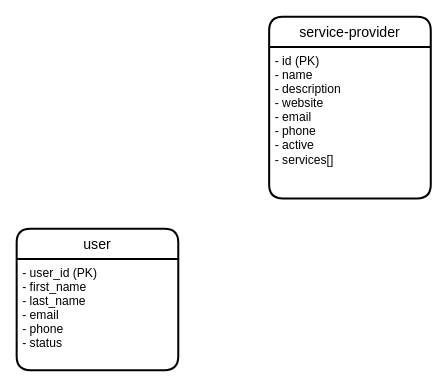
The draw.io diagram design/data_model.drawio in t3rrybb/hackathon-springboard-collaborative, before the edit. Source tidied: cells renumbered, new cells numbered last; positions are measured from the earlier drawing's top-left corner, leaving out a move shared by most shapes. Both pictures are drawn from the tidied source at 101%, with x=0, y=0 at pixel (16, 16).
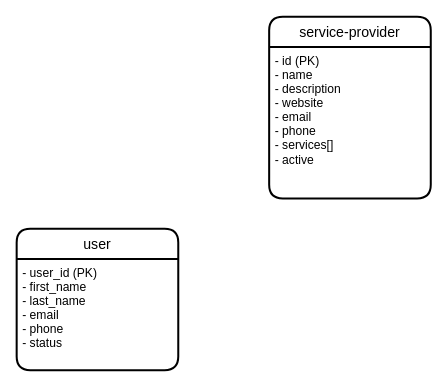
After the change.

Commit message:
Update service-provider entity in data model

The edit, as a diff of the source:
```diff
@@
 <mxGraphModel>
   <root>
     <mxCell id="0" />
     <mxCell id="1" parent="0" />
     <mxCell id="2" value="user" style="swimlane;horizontal=1;startSize=30;rounded=1;fontSize=14;fontStyle=0;strokeWidth=2;shadow=0;dashed=0;align=center;" parent="1" vertex="1">
       <mxGeometry y="210" width="160" height="140" as="geometry" />
     </mxCell>
     <mxCell id="3" value="- user_id (PK)&#10;- first_name&#10;- last_name&#10;- email&#10;- phone&#10;- status" style="align=left;strokeColor=none;fillColor=none;spacingLeft=4;fontSize=12;verticalAlign=top;" parent="2" vertex="1">
       <mxGeometry y="30" width="160" height="110" as="geometry" />
     </mxCell>
     <mxCell id="4" value="service-provider" style="swimlane;horizontal=1;startSize=30;rounded=1;fontSize=14;fontStyle=0;strokeWidth=2;shadow=0;dashed=0;align=center;" parent="1" vertex="1">
       <mxGeometry x="250" width="160" height="180" as="geometry" />
     </mxCell>
-    <mxCell id="5" value="- id (PK)&#10;- name&#10;- description&#10;- website&#10;- email&#10;- phone&#10;- active&#10;- services[]" style="align=left;strokeColor=none;fillColor=none;spacingLeft=4;fontSize=12;verticalAlign=top;" parent="4" vertex="1">
+    <mxCell id="5" value="- id (PK)&#10;- name&#10;- description&#10;- website&#10;- email&#10;- phone&#10;- services[]&#10;- active" style="align=left;strokeColor=none;fillColor=none;spacingLeft=4;fontSize=12;verticalAlign=top;" parent="4" vertex="1">
       <mxGeometry y="30" width="160" height="150" as="geometry" />
     </mxCell>
   </root>
 </mxGraphModel>
```
